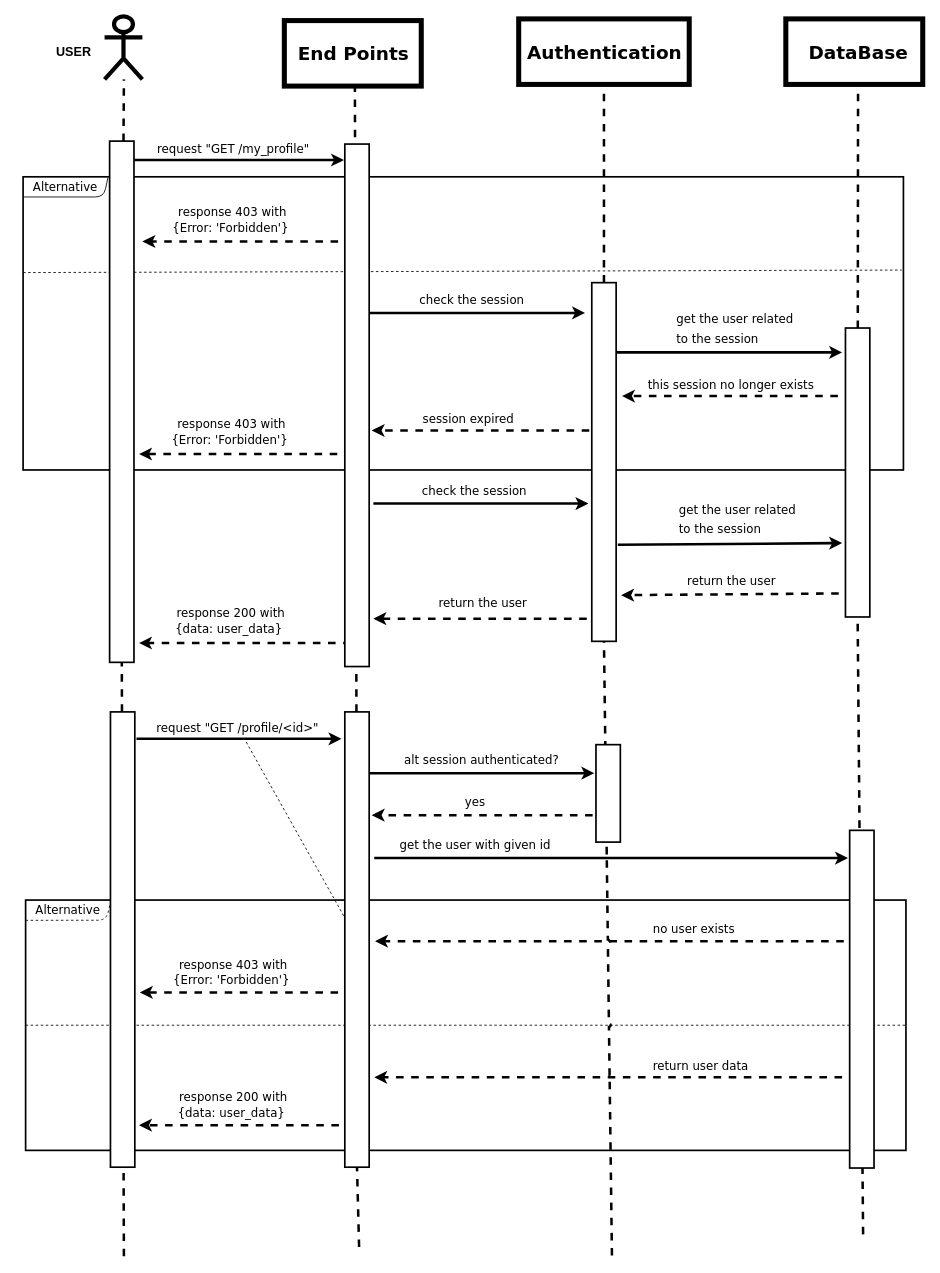
Earlier version of the draw.io diagram UML/sequence_diagram/profile.dio (Kolapo-code/Booker). Source tidied: cells renumbered, new cells numbered last; positions are measured from the earlier drawing's top-left corner, leaving out a move shared by most shapes. Both pictures are drawn from the tidied source at 84%, with x=0, y=0 at pixel (23, 16).
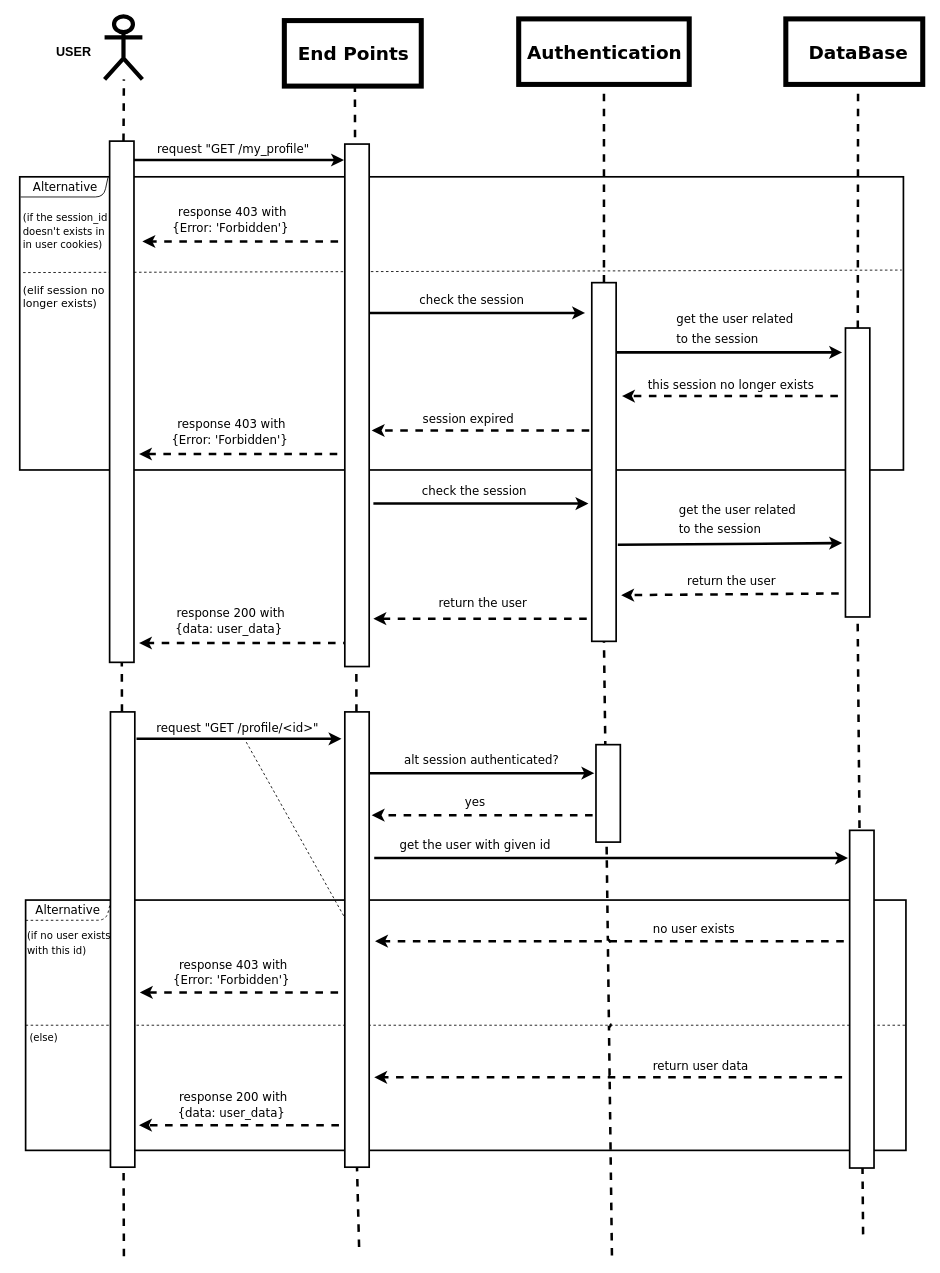
After the change.

Change to the diagram source:
```diff
@@
     <mxCell id="18" style="rounded=0;whiteSpace=wrap;html=1;strokeColor=#000000;strokeWidth=2;fontFamily=Verdana;fontSize=14;fontColor=#000000;fillColor=none;" parent="1" vertex="1">
-      <mxGeometry y="191" width="1048" height="349" as="geometry" />
+      <mxGeometry x="-4" y="191" width="1052" height="349" as="geometry" />
     </mxCell>
     <mxCell id="19" style="endArrow=none;html=1;rounded=1;strokeColor=#000000;strokeWidth=1;fontFamily=Verdana;fontSize=14;fontColor=#000000;jumpStyle=arc;jumpSize=0;" parent="1" edge="1">
       <mxGeometry relative="1" as="geometry">
-        <mxPoint x="1" y="215" as="sourcePoint" />
+        <mxPoint x="-3" y="215" as="sourcePoint" />
         <mxPoint x="101" y="192" as="targetPoint" />
         <Array as="points">
           <mxPoint x="96" y="215" />
         </Array>
       </mxGeometry>
     </mxCell>
@@
+    <mxCell id="75" value="&lt;div style=&quot;text-align: left;&quot;&gt;&lt;span style=&quot;font-size: 12px; background-color: initial;&quot;&gt;(if the session_id&lt;/span&gt;&lt;/div&gt;&lt;font style=&quot;font-size: 12px;&quot;&gt;&lt;div style=&quot;text-align: left;&quot;&gt;&lt;span style=&quot;background-color: initial;&quot;&gt;doesn't exists in&lt;/span&gt;&lt;/div&gt;&lt;div style=&quot;text-align: left;&quot;&gt;&lt;span style=&quot;background-color: initial;&quot;&gt;in user cookies)&lt;/span&gt;&lt;/div&gt;&lt;/font&gt;" style="text;html=1;align=center;verticalAlign=middle;strokeColor=none;fillColor=none;fontSize=22;fontColor=#000000;fontFamily=Verdana;" parent="1" vertex="1">
+      <mxGeometry x="-10.5" y="217" width="121" height="67" as="geometry" />
+    </mxCell>
+    <mxCell id="76" value="&lt;div style=&quot;font-size: 13px;&quot;&gt;(elif session no&lt;/div&gt;&lt;div style=&quot;font-size: 13px;&quot;&gt;longer exists)&lt;/div&gt;" style="text;html=1;align=left;verticalAlign=middle;strokeColor=none;fillColor=none;fontSize=22;fontColor=#000000;fontFamily=Verdana;" parent="1" vertex="1">
+      <mxGeometry x="-2" y="312" width="116" height="43" as="geometry" />
+    </mxCell>
+    <mxCell id="77" value="&lt;div style=&quot;&quot;&gt;&lt;span style=&quot;font-size: 12px; background-color: initial;&quot;&gt;(if no user exists&lt;/span&gt;&lt;/div&gt;&lt;font style=&quot;font-size: 12px;&quot;&gt;&lt;div style=&quot;&quot;&gt;&lt;span style=&quot;background-color: initial;&quot;&gt;with this id)&lt;/span&gt;&lt;/div&gt;&lt;/font&gt;" style="text;html=1;align=left;verticalAlign=middle;strokeColor=none;fillColor=none;fontSize=22;fontColor=#000000;fontFamily=Verdana;" parent="1" vertex="1">
+      <mxGeometry x="3" y="1072.5" width="119" height="53" as="geometry" />
+    </mxCell>
+    <mxCell id="78" value="&lt;div style=&quot;&quot;&gt;&lt;span style=&quot;font-size: 12px; background-color: initial;&quot;&gt;(else&lt;/span&gt;&lt;span style=&quot;background-color: initial; font-size: 12px;&quot;&gt;)&lt;/span&gt;&lt;/div&gt;" style="text;html=1;align=left;verticalAlign=middle;strokeColor=none;fillColor=none;fontSize=22;fontColor=#000000;fontFamily=Verdana;" parent="1" vertex="1">
+      <mxGeometry x="6" y="1194" width="53" height="38" as="geometry" />
+    </mxCell>
```
